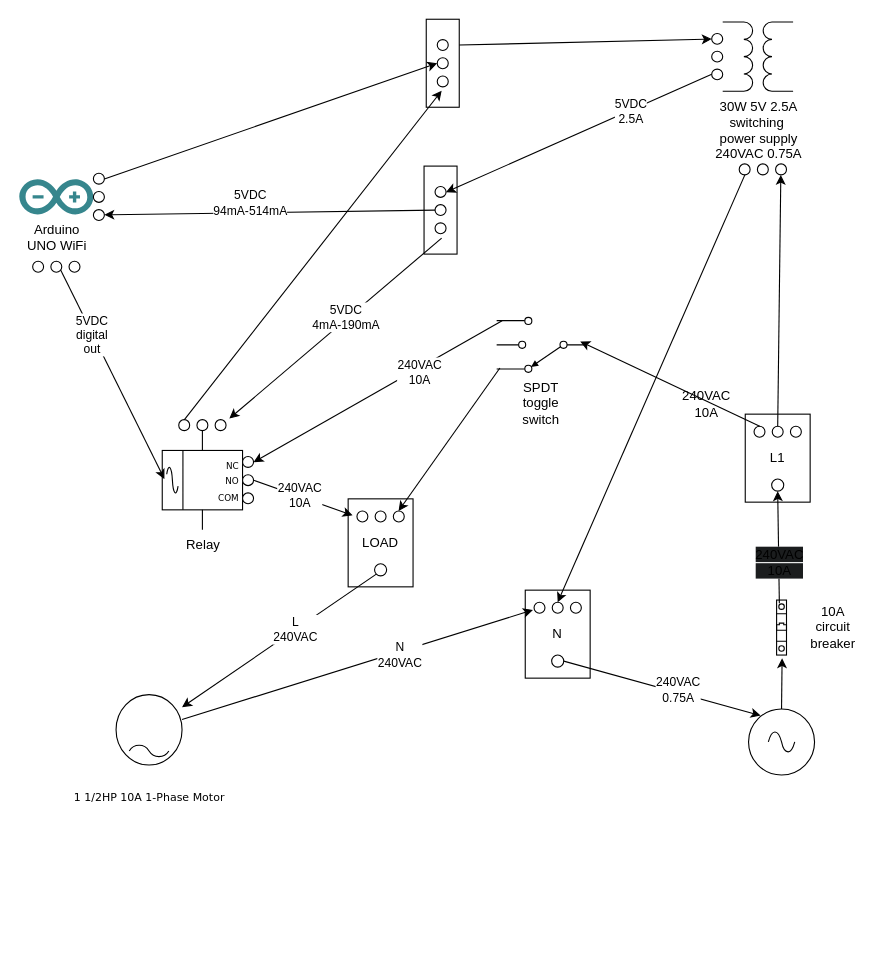
Before: docs/design-drawings-electrical.drawio in SeaGuy/raindance, a draw.io diagram. Source tidied: cells renumbered, new cells numbered last; positions are measured from the earlier drawing's top-left corner, leaving out a move shared by most shapes. Both pictures are drawn from the tidied source at 110%, with x=0, y=0 at pixel (19, 19).
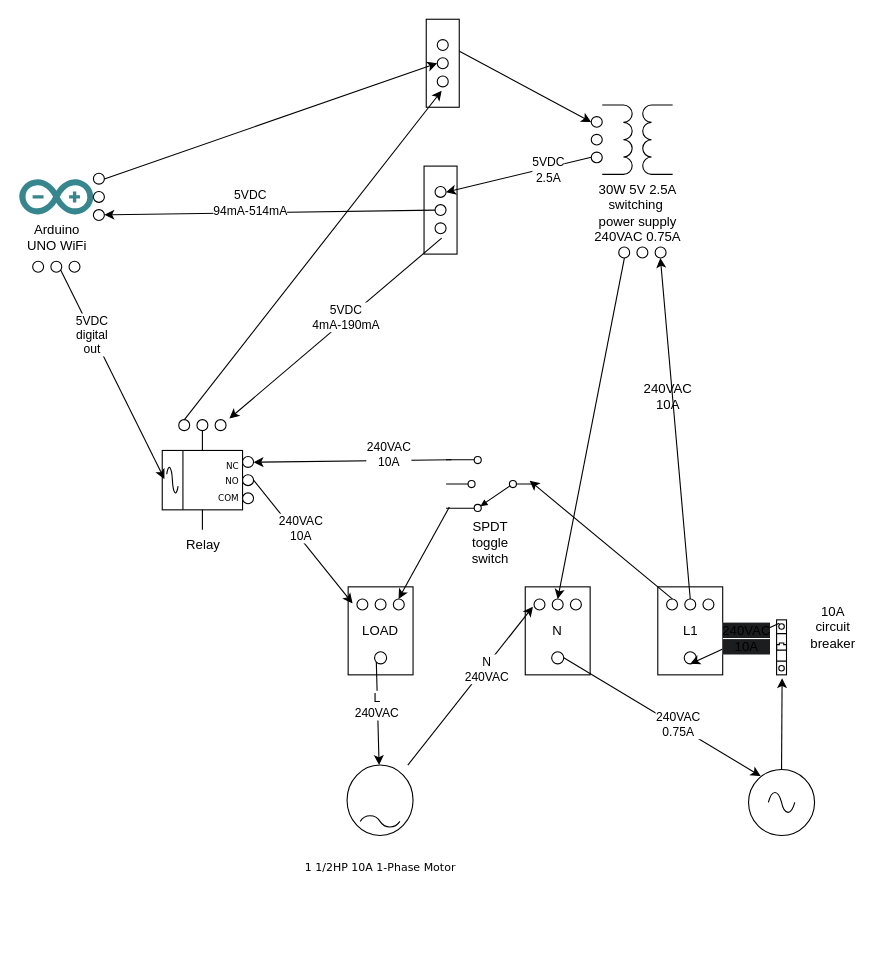
After the change.

Commit message (it also covers changes not shown here):
working well with changes to avoid CONNECTION RESET message from Firefox; created a new wiring diagram without physical toggle switch

Diff of the diagram source:
```diff
@@
     <mxCell id="2" value="SPDT&lt;div&gt;toggle&lt;/div&gt;&lt;div&gt;switch&lt;/div&gt;" style="verticalLabelPosition=bottom;shadow=0;dashed=0;align=center;html=1;verticalAlign=top;shape=mxgraph.electrical.electro-mechanical.selectorSwitch3Position2;elSwitchState=1;direction=west;" parent="1" vertex="1">
-      <mxGeometry x="434" y="271" width="80" height="50" as="geometry" />
+      <mxGeometry x="388" y="397.5" width="80" height="50" as="geometry" />
     </mxCell>
@@
     <mxCell id="4" style="verticalLabelPosition=bottom;shadow=0;dashed=0;align=center;html=1;verticalAlign=top;shape=mxgraph.electrical.signal_sources.source;points=[[0,0.5,0,0,0],[0.5,0,0,0,0],[0.5,1,0,0,0],[0.86,0.16,0,0,0],[0.86,0.85,0,0,0],[1,0.5,0,0,0]];elSignalType=ac;" parent="1" vertex="1">
-      <mxGeometry x="663" y="627" width="60" height="60" as="geometry" />
+      <mxGeometry x="663" y="682" width="60" height="60" as="geometry" />
     </mxCell>
-    <mxCell id="5" value="30W 5V 2.5A&lt;div&gt;switching&amp;nbsp;&lt;/div&gt;&lt;div&gt;power supply&lt;/div&gt;&lt;div&gt;240VAC 0.75A&lt;/div&gt;" style="verticalLabelPosition=bottom;shadow=0;dashed=0;align=center;html=1;verticalAlign=top;shape=mxgraph.electrical.inductors.transformer;direction=east;" parent="1" vertex="1">
-      <mxGeometry x="639.5" y="2.5" width="64" height="63" as="geometry" />
-    </mxCell>
     <mxCell id="6" value="&lt;p&gt;&lt;font style=&quot;font-size: 10px;&quot; face=&quot;Verdana&quot;&gt;&lt;br&gt;&lt;/font&gt;&lt;/p&gt;&lt;p&gt;&lt;font style=&quot;font-size: 10px;&quot; face=&quot;Verdana&quot;&gt;1 1/2HP&amp;nbsp;&lt;/font&gt;&lt;span style=&quot;background-color: initial; font-family: Verdana; font-size: 10px;&quot;&gt;10A&amp;nbsp;&lt;/span&gt;&lt;span style=&quot;background-color: initial; font-family: Verdana; font-size: 10px;&quot;&gt;1-Phase Motor&lt;/span&gt;&lt;/p&gt;" style="dashed=0;outlineConnect=0;align=center;html=1;shape=mxgraph.pid.engines.electric_motor_(ac);fontSize=45;" parent="1" vertex="1">
-      <mxGeometry x="88" y="614" width="60" height="64" as="geometry" />
+      <mxGeometry x="298" y="678" width="60" height="64" as="geometry" />
     </mxCell>
@@
-    <mxCell id="13" style="verticalLabelPosition=bottom;shadow=0;dashed=0;align=center;html=1;verticalAlign=top;shape=mxgraph.electrical.transmission.terminal_3_phase;direction=south;" parent="1" vertex="1">
-      <mxGeometry x="629.5" y="13" width="10" height="42" as="geometry" />
-    </mxCell>
@@
-    <mxCell id="17" style="verticalLabelPosition=bottom;shadow=0;dashed=0;align=center;html=1;verticalAlign=top;shape=mxgraph.electrical.transmission.terminal_3_phase;direction=west;" parent="1" vertex="1">
-      <mxGeometry x="654.5" y="131.5" width="43" height="10" as="geometry" />
-    </mxCell>
@@
     <mxCell id="23" style="group;" parent="1" vertex="1">
-      <mxGeometry x="660" y="359" width="59" height="80" as="geometry" />
+      <mxGeometry x="580.5" y="516" width="59" height="80" as="geometry" />
     </mxCell>
@@
     <mxCell id="29" style="group;" parent="1" vertex="1">
-      <mxGeometry x="299" y="436" width="59" height="80" as="geometry" />
+      <mxGeometry x="299" y="516" width="59" height="80" as="geometry" />
     </mxCell>
@@
     <mxCell id="39" style="group;" parent="1" vertex="1">
-      <mxGeometry x="460" y="519" width="59" height="80" as="geometry" />
+      <mxGeometry x="460" y="516" width="59" height="80" as="geometry" />
     </mxCell>
@@
     <mxCell id="58" value="240VAC&lt;div&gt;10A&lt;/div&gt;" style="text;html=1;align=center;verticalAlign=middle;whiteSpace=wrap;rounded=0;" parent="1" vertex="1">
-      <mxGeometry x="595" y="335" width="60" height="30" as="geometry" />
+      <mxGeometry x="560" y="328" width="60" height="30" as="geometry" />
     </mxCell>
@@
     <mxCell id="60" style="verticalLabelPosition=bottom;dashed=0;shadow=0;html=1;align=center;verticalAlign=top;shape=mxgraph.cabinets.cb_1p;" parent="1" vertex="1">
-      <mxGeometry x="688.5" y="528" width="9" height="50" as="geometry" />
+      <mxGeometry x="688.5" y="546" width="9" height="50" as="geometry" />
     </mxCell>
@@
+    <mxCell id="64" style="group;" parent="1" vertex="1">
+      <mxGeometry x="520" y="78" width="74" height="139" as="geometry" />
+    </mxCell>
+    <mxCell id="5" value="30W 5V 2.5A&lt;div&gt;switching&amp;nbsp;&lt;/div&gt;&lt;div&gt;power supply&lt;/div&gt;&lt;div&gt;240VAC 0.75A&lt;/div&gt;" style="verticalLabelPosition=bottom;shadow=0;dashed=0;align=center;html=1;verticalAlign=top;shape=mxgraph.electrical.inductors.transformer;direction=east;" parent="64" vertex="1">
+      <mxGeometry x="10" width="64" height="63" as="geometry" />
+    </mxCell>
+    <mxCell id="13" style="verticalLabelPosition=bottom;shadow=0;dashed=0;align=center;html=1;verticalAlign=top;shape=mxgraph.electrical.transmission.terminal_3_phase;direction=south;" parent="64" vertex="1">
+      <mxGeometry y="10.5" width="10" height="42" as="geometry" />
+    </mxCell>
+    <mxCell id="17" style="verticalLabelPosition=bottom;shadow=0;dashed=0;align=center;html=1;verticalAlign=top;shape=mxgraph.electrical.transmission.terminal_3_phase;direction=west;" parent="64" vertex="1">
+      <mxGeometry x="25" y="129" width="43" height="10" as="geometry" />
+    </mxCell>
```
